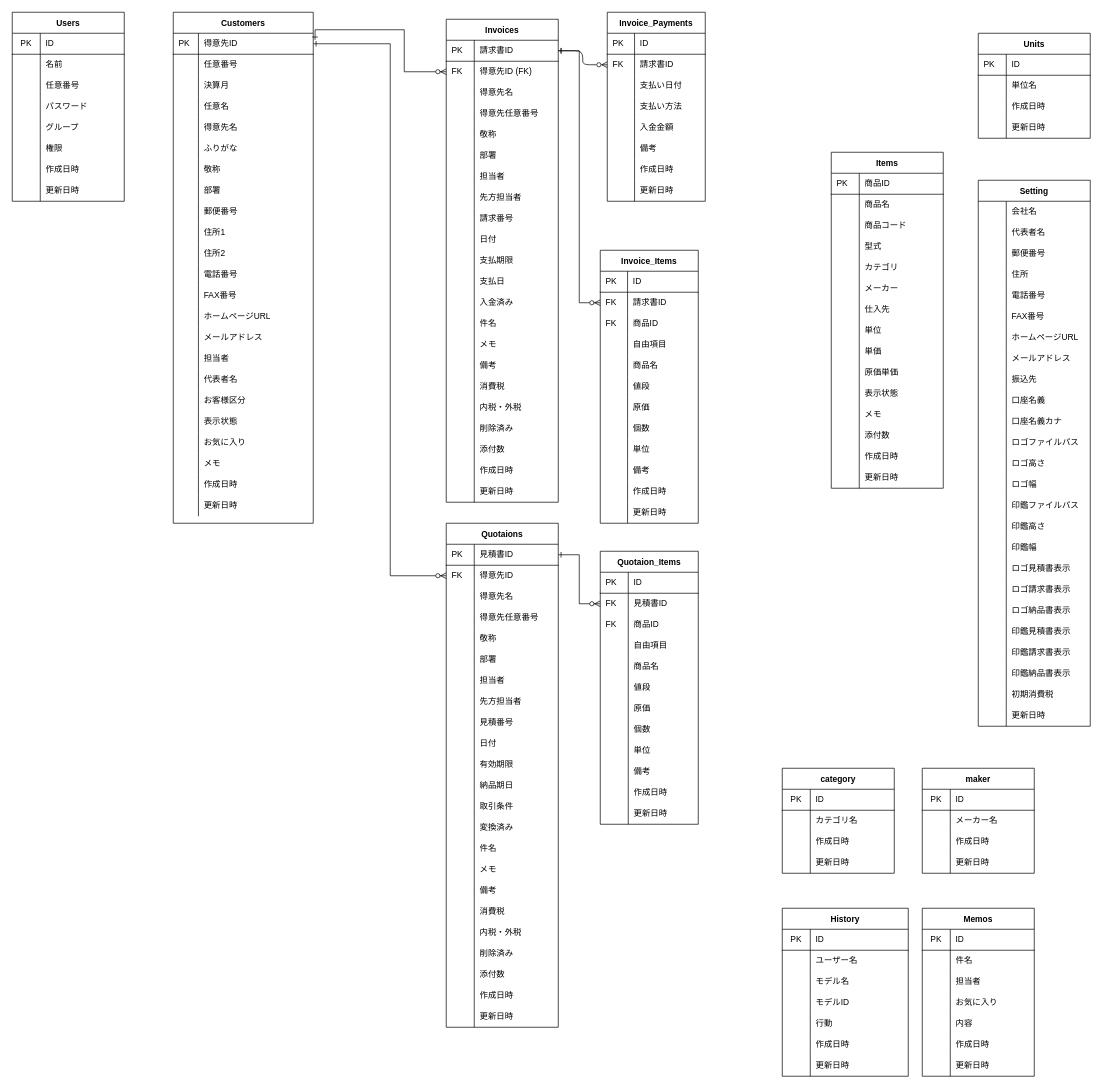
gamasenninn/caddie-clone keeps this draw.io diagram as soho_er.dio. Above is the earlier version. Source tidied: cells renumbered, new cells numbered last; positions are measured from the earlier drawing's top-left corner, leaving out a move shared by most shapes. Both pictures are drawn from the tidied source at 70%, with x=0, y=0 at pixel (12, 12).
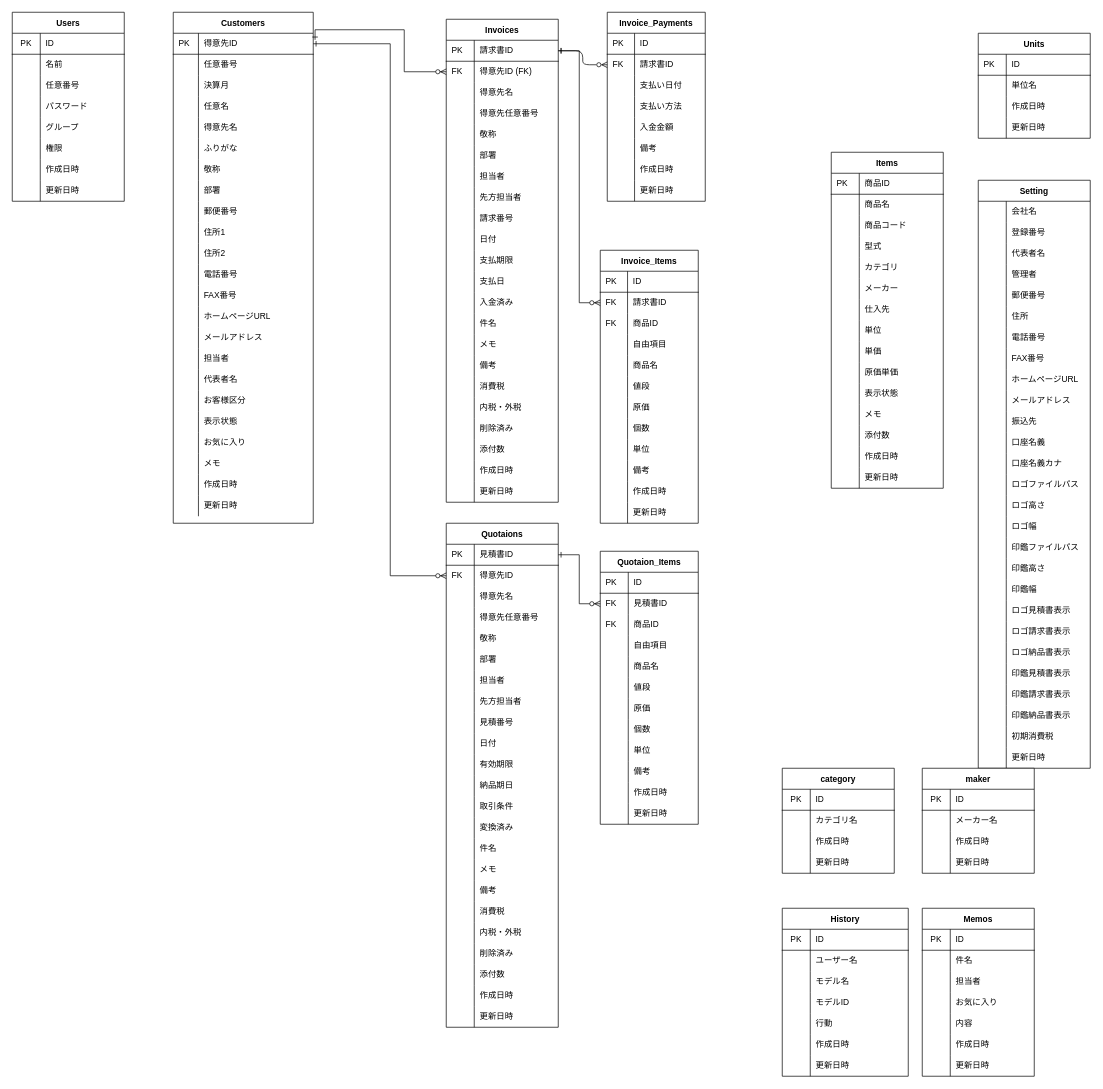
The same page after the edit.

What changed in the source:
```diff
@@
     <mxCell id="342" value="Setting" style="shape=table;startSize=30;childLayout=tableLayout;rowLines=0;fontStyle=1;align=center;" parent="1" vertex="1">
-      <mxGeometry x="1380" y="240" width="160" height="780" as="geometry" />
+      <mxGeometry x="1380" y="240" width="160" height="840" as="geometry" />
     </mxCell>
@@
+    <mxCell id="543" style="shape=partialRectangle;html=1;whiteSpace=wrap;fillColor=none;top=0;left=0;bottom=0;right=0;" parent="342" vertex="1">
+      <mxGeometry y="60" width="160" height="30" as="geometry" />
+    </mxCell>
+    <mxCell id="544" style="shape=partialRectangle;html=1;whiteSpace=wrap;fillColor=none;top=0;left=0;bottom=0;right=0;align=left;spacingLeft=6;overflow=hidden;" parent="543" vertex="1">
+      <mxGeometry width="40" height="30" as="geometry" />
+    </mxCell>
+    <mxCell id="545" value="登録番号" style="shape=partialRectangle;html=1;whiteSpace=wrap;fillColor=none;top=0;left=0;bottom=0;right=0;align=left;spacingLeft=6;overflow=hidden;" parent="543" vertex="1">
+      <mxGeometry x="40" width="120" height="30" as="geometry" />
+    </mxCell>
     <mxCell id="346" style="shape=partialRectangle;html=1;whiteSpace=wrap;fillColor=none;top=0;left=0;bottom=0;right=0;" parent="342" vertex="1">
-      <mxGeometry y="60" width="160" height="30" as="geometry" />
+      <mxGeometry y="90" width="160" height="30" as="geometry" />
     </mxCell>
@@
+    <mxCell id="546" style="shape=partialRectangle;html=1;whiteSpace=wrap;fillColor=none;top=0;left=0;bottom=0;right=0;" parent="342" vertex="1">
+      <mxGeometry y="120" width="160" height="30" as="geometry" />
+    </mxCell>
+    <mxCell id="547" style="shape=partialRectangle;html=1;whiteSpace=wrap;fillColor=none;top=0;left=0;bottom=0;right=0;align=left;spacingLeft=6;overflow=hidden;" parent="546" vertex="1">
+      <mxGeometry width="40" height="30" as="geometry" />
+    </mxCell>
+    <mxCell id="548" value="管理者" style="shape=partialRectangle;html=1;whiteSpace=wrap;fillColor=none;top=0;left=0;bottom=0;right=0;align=left;spacingLeft=6;overflow=hidden;" parent="546" vertex="1">
+      <mxGeometry x="40" width="120" height="30" as="geometry" />
+    </mxCell>
     <mxCell id="349" style="shape=partialRectangle;html=1;whiteSpace=wrap;fillColor=none;top=0;left=0;bottom=0;right=0;" parent="342" vertex="1">
-      <mxGeometry y="90" width="160" height="30" as="geometry" />
+      <mxGeometry y="150" width="160" height="30" as="geometry" />
     </mxCell>
@@
     <mxCell id="352" style="shape=partialRectangle;html=1;whiteSpace=wrap;fillColor=none;top=0;left=0;bottom=0;right=0;" parent="342" vertex="1">
-      <mxGeometry y="120" width="160" height="30" as="geometry" />
+      <mxGeometry y="180" width="160" height="30" as="geometry" />
     </mxCell>
@@
     <mxCell id="355" style="shape=partialRectangle;html=1;whiteSpace=wrap;fillColor=none;top=0;left=0;bottom=0;right=0;" parent="342" vertex="1">
-      <mxGeometry y="150" width="160" height="30" as="geometry" />
+      <mxGeometry y="210" width="160" height="30" as="geometry" />
     </mxCell>
@@
     <mxCell id="358" style="shape=partialRectangle;html=1;whiteSpace=wrap;fillColor=none;top=0;left=0;bottom=0;right=0;" parent="342" vertex="1">
-      <mxGeometry y="180" width="160" height="30" as="geometry" />
+      <mxGeometry y="240" width="160" height="30" as="geometry" />
     </mxCell>
@@
     <mxCell id="361" style="shape=partialRectangle;html=1;whiteSpace=wrap;fillColor=none;top=0;left=0;bottom=0;right=0;" parent="342" vertex="1">
-      <mxGeometry y="210" width="160" height="30" as="geometry" />
+      <mxGeometry y="270" width="160" height="30" as="geometry" />
     </mxCell>
@@
     <mxCell id="364" style="shape=partialRectangle;html=1;whiteSpace=wrap;fillColor=none;top=0;left=0;bottom=0;right=0;" parent="342" vertex="1">
-      <mxGeometry y="240" width="160" height="30" as="geometry" />
+      <mxGeometry y="300" width="160" height="30" as="geometry" />
     </mxCell>
@@
     <mxCell id="367" style="shape=partialRectangle;html=1;whiteSpace=wrap;fillColor=none;top=0;left=0;bottom=0;right=0;" parent="342" vertex="1">
-      <mxGeometry y="270" width="160" height="30" as="geometry" />
+      <mxGeometry y="330" width="160" height="30" as="geometry" />
     </mxCell>
@@
     <mxCell id="370" style="shape=partialRectangle;html=1;whiteSpace=wrap;fillColor=none;top=0;left=0;bottom=0;right=0;" parent="342" vertex="1">
-      <mxGeometry y="300" width="160" height="30" as="geometry" />
+      <mxGeometry y="360" width="160" height="30" as="geometry" />
     </mxCell>
@@
     <mxCell id="373" style="shape=partialRectangle;html=1;whiteSpace=wrap;fillColor=none;top=0;left=0;bottom=0;right=0;" parent="342" vertex="1">
-      <mxGeometry y="330" width="160" height="30" as="geometry" />
+      <mxGeometry y="390" width="160" height="30" as="geometry" />
     </mxCell>
@@
     <mxCell id="376" style="shape=partialRectangle;html=1;whiteSpace=wrap;fillColor=none;top=0;left=0;bottom=0;right=0;" parent="342" vertex="1">
-      <mxGeometry y="360" width="160" height="30" as="geometry" />
+      <mxGeometry y="420" width="160" height="30" as="geometry" />
     </mxCell>
@@
     <mxCell id="379" style="shape=partialRectangle;html=1;whiteSpace=wrap;fillColor=none;top=0;left=0;bottom=0;right=0;" parent="342" vertex="1">
-      <mxGeometry y="390" width="160" height="30" as="geometry" />
+      <mxGeometry y="450" width="160" height="30" as="geometry" />
     </mxCell>
@@
     <mxCell id="382" style="shape=partialRectangle;html=1;whiteSpace=wrap;fillColor=none;top=0;left=0;bottom=0;right=0;" parent="342" vertex="1">
-      <mxGeometry y="420" width="160" height="30" as="geometry" />
+      <mxGeometry y="480" width="160" height="30" as="geometry" />
     </mxCell>
@@
     <mxCell id="385" style="shape=partialRectangle;html=1;whiteSpace=wrap;fillColor=none;top=0;left=0;bottom=0;right=0;" parent="342" vertex="1">
-      <mxGeometry y="450" width="160" height="30" as="geometry" />
+      <mxGeometry y="510" width="160" height="30" as="geometry" />
     </mxCell>
@@
     <mxCell id="388" style="shape=partialRectangle;html=1;whiteSpace=wrap;fillColor=none;top=0;left=0;bottom=0;right=0;" parent="342" vertex="1">
-      <mxGeometry y="480" width="160" height="30" as="geometry" />
+      <mxGeometry y="540" width="160" height="30" as="geometry" />
     </mxCell>
@@
     <mxCell id="391" style="shape=partialRectangle;html=1;whiteSpace=wrap;fillColor=none;top=0;left=0;bottom=0;right=0;" parent="342" vertex="1">
-      <mxGeometry y="510" width="160" height="30" as="geometry" />
+      <mxGeometry y="570" width="160" height="30" as="geometry" />
     </mxCell>
@@
     <mxCell id="394" style="shape=partialRectangle;html=1;whiteSpace=wrap;fillColor=none;top=0;left=0;bottom=0;right=0;" parent="342" vertex="1">
-      <mxGeometry y="540" width="160" height="30" as="geometry" />
+      <mxGeometry y="600" width="160" height="30" as="geometry" />
     </mxCell>
@@
     <mxCell id="397" style="shape=partialRectangle;html=1;whiteSpace=wrap;fillColor=none;top=0;left=0;bottom=0;right=0;" parent="342" vertex="1">
-      <mxGeometry y="570" width="160" height="30" as="geometry" />
+      <mxGeometry y="630" width="160" height="30" as="geometry" />
     </mxCell>
@@
     <mxCell id="400" style="shape=partialRectangle;html=1;whiteSpace=wrap;fillColor=none;top=0;left=0;bottom=0;right=0;" parent="342" vertex="1">
-      <mxGeometry y="600" width="160" height="30" as="geometry" />
+      <mxGeometry y="660" width="160" height="30" as="geometry" />
     </mxCell>
@@
     <mxCell id="403" style="shape=partialRectangle;html=1;whiteSpace=wrap;fillColor=none;top=0;left=0;bottom=0;right=0;" parent="342" vertex="1">
-      <mxGeometry y="630" width="160" height="30" as="geometry" />
+      <mxGeometry y="690" width="160" height="30" as="geometry" />
     </mxCell>
@@
     <mxCell id="406" style="shape=partialRectangle;html=1;whiteSpace=wrap;fillColor=none;top=0;left=0;bottom=0;right=0;" parent="342" vertex="1">
-      <mxGeometry y="660" width="160" height="30" as="geometry" />
+      <mxGeometry y="720" width="160" height="30" as="geometry" />
     </mxCell>
@@
     <mxCell id="409" style="shape=partialRectangle;html=1;whiteSpace=wrap;fillColor=none;top=0;left=0;bottom=0;right=0;" parent="342" vertex="1">
-      <mxGeometry y="690" width="160" height="30" as="geometry" />
+      <mxGeometry y="750" width="160" height="30" as="geometry" />
     </mxCell>
@@
     <mxCell id="412" style="shape=partialRectangle;html=1;whiteSpace=wrap;fillColor=none;top=0;left=0;bottom=0;right=0;" parent="342" vertex="1">
-      <mxGeometry y="720" width="160" height="30" as="geometry" />
+      <mxGeometry y="780" width="160" height="30" as="geometry" />
     </mxCell>
@@
     <mxCell id="415" style="shape=partialRectangle;html=1;whiteSpace=wrap;fillColor=none;top=0;left=0;bottom=0;right=0;" parent="342" vertex="1">
-      <mxGeometry y="750" width="160" height="30" as="geometry" />
+      <mxGeometry y="810" width="160" height="30" as="geometry" />
     </mxCell>
```
